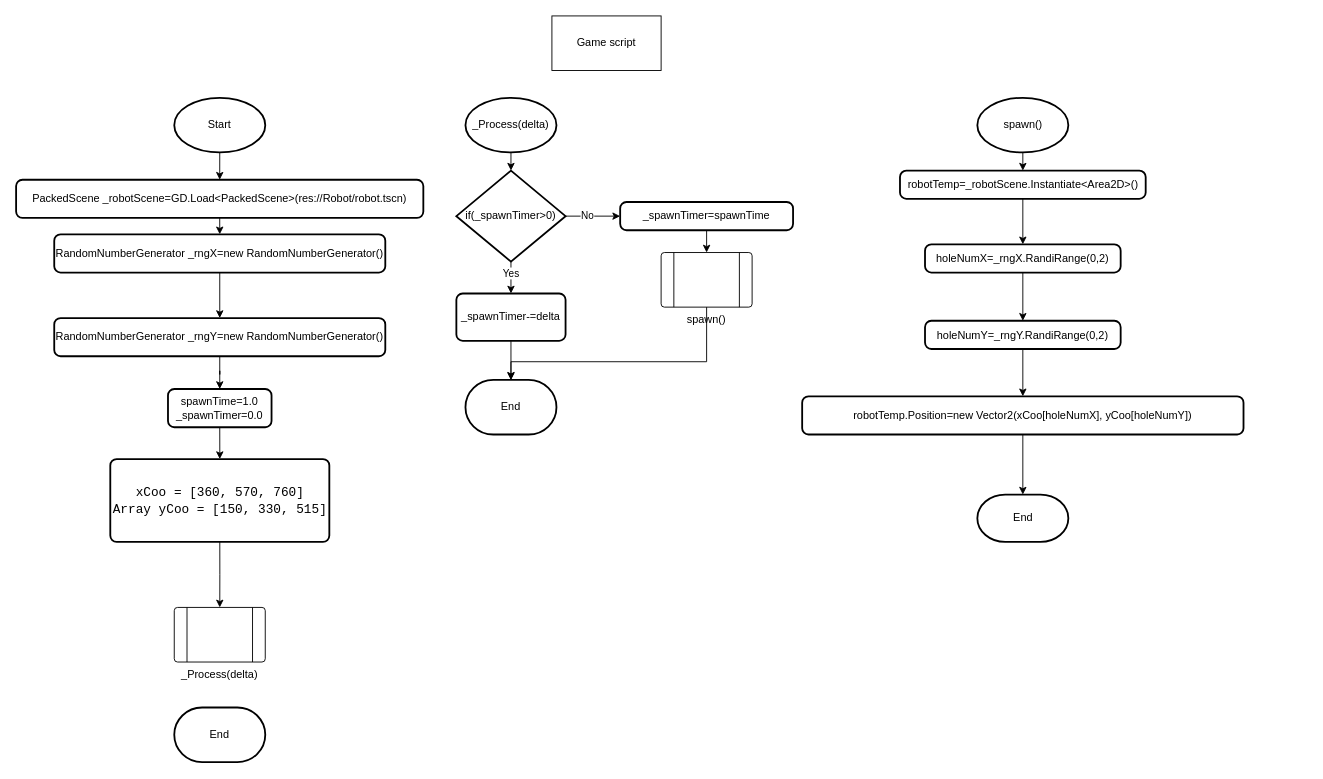
BHASVIC-Kasper25/Whack-a-Robot keeps this draw.io diagram as whack-a-robot/Game/game flowchart.drawio. Above is the earlier version. Source tidied: cells renumbered, new cells numbered last; positions are measured from the earlier drawing's top-left corner, leaving out a move shared by most shapes. Both pictures are drawn from the tidied source at 91%, with x=0, y=0 at pixel (15, 15).
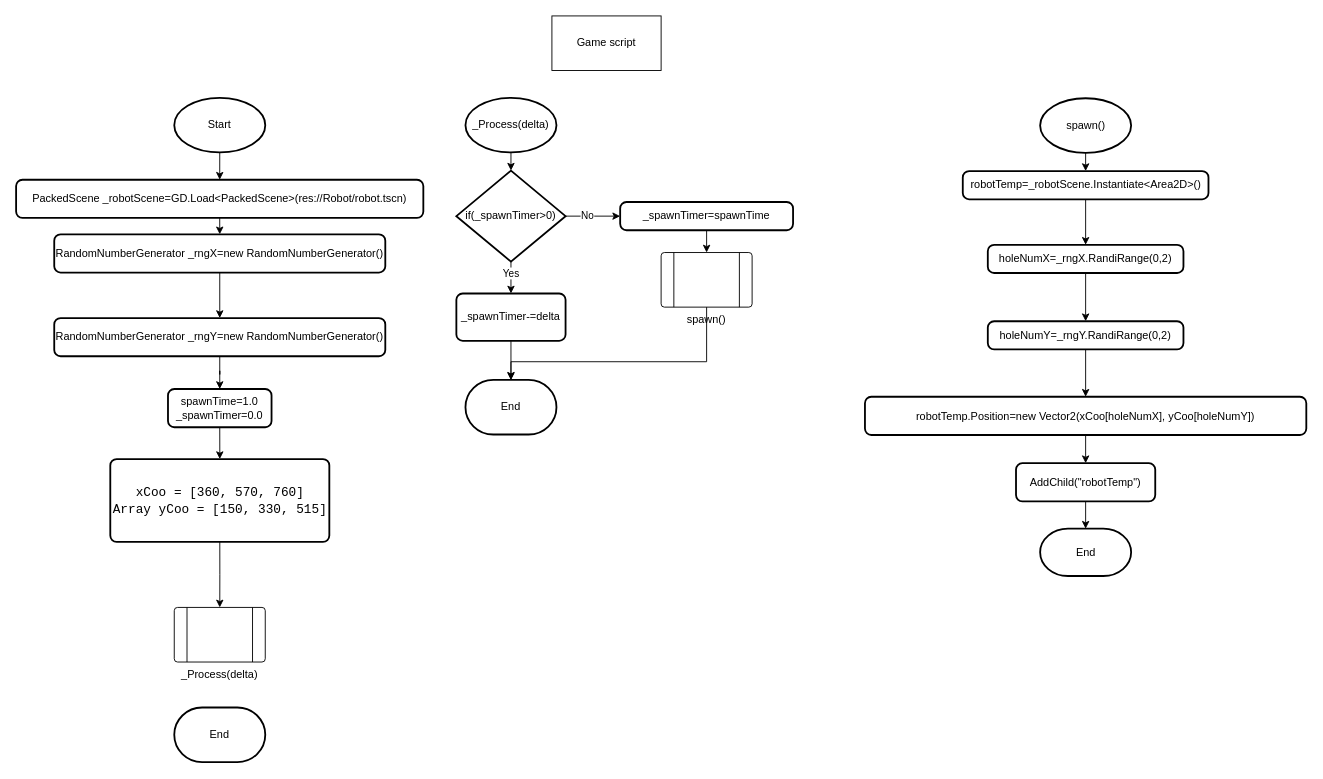
The same page after the edit.

Change to the diagram source:
```diff
@@
     <mxCell id="24" value="spawn()" style="strokeWidth=2;html=1;shape=mxgraph.flowchart.start_1;whiteSpace=wrap;" parent="1" vertex="1">
-      <mxGeometry x="1056.5" y="90" width="100" height="60" as="geometry" />
+      <mxGeometry x="1125.5" y="90.5" width="100" height="60" as="geometry" />
     </mxCell>
@@
     <mxCell id="26" value="robotTemp=_robotScene.Instantiate&amp;lt;Area2D&amp;gt;()" style="rounded=1;whiteSpace=wrap;html=1;absoluteArcSize=1;arcSize=14;strokeWidth=2;" parent="1" vertex="1">
-      <mxGeometry x="971.5" y="170" width="270" height="31" as="geometry" />
+      <mxGeometry x="1040.5" y="170.5" width="270" height="31" as="geometry" />
     </mxCell>
@@
     <mxCell id="28" value="holeNumX=_rngX.RandiRange(0,2)" style="rounded=1;whiteSpace=wrap;html=1;absoluteArcSize=1;arcSize=14;strokeWidth=2;" parent="1" vertex="1">
-      <mxGeometry x="999" y="251" width="215" height="31" as="geometry" />
+      <mxGeometry x="1068" y="251.5" width="215" height="31" as="geometry" />
     </mxCell>
@@
+    <mxCell id="42" style="edgeStyle=orthogonalEdgeStyle;rounded=0;jettySize=auto;html=1;exitX=0.5;exitY=1;exitDx=0;exitDy=0;entryX=0.5;entryY=0;entryDx=0;entryDy=0;" parent="1" edge="1" source="31" target="43">
+      <mxGeometry relative="1" as="geometry" />
+    </mxCell>
     <mxCell id="31" value="robotTemp.Position=new Vector2(xCoo[holeNumX], yCoo[holeNumY])" style="rounded=1;whiteSpace=wrap;html=1;absoluteArcSize=1;arcSize=14;strokeWidth=2;" parent="1" vertex="1">
-      <mxGeometry x="864" y="418" width="485" height="42" as="geometry" />
+      <mxGeometry x="933" y="418.5" width="485" height="42" as="geometry" />
     </mxCell>
@@
     <mxCell id="35" value="End" style="strokeWidth=2;html=1;shape=mxgraph.flowchart.terminator;whiteSpace=wrap;" parent="1" vertex="1">
-      <mxGeometry x="1056.5" y="526" width="100" height="52" as="geometry" />
+      <mxGeometry x="1125.5" y="563.5" width="100" height="52" as="geometry" />
     </mxCell>
-    <mxCell id="36" style="edgeStyle=orthogonalEdgeStyle;rounded=0;jettySize=auto;html=1;exitX=0.5;exitY=1;exitDx=0;exitDy=0;entryX=0.5;entryY=0;entryDx=0;entryDy=0;entryPerimeter=0;" parent="1" edge="1" source="31" target="35">
-      <mxGeometry relative="1" as="geometry" />
-    </mxCell>
@@
     <mxCell id="41" value="holeNumY=_rngY.RandiRange(0,2)" style="rounded=1;whiteSpace=wrap;html=1;absoluteArcSize=1;arcSize=14;strokeWidth=2;" parent="1" vertex="1">
-      <mxGeometry x="999" y="335" width="215" height="31" as="geometry" />
+      <mxGeometry x="1068" y="335.5" width="215" height="31" as="geometry" />
     </mxCell>
+    <mxCell id="43" value="AddChild(&quot;robotTemp&quot;)" style="rounded=1;whiteSpace=wrap;html=1;absoluteArcSize=1;arcSize=14;strokeWidth=2;" parent="1" vertex="1">
+      <mxGeometry x="1099" y="491.5" width="153" height="42" as="geometry" />
+    </mxCell>
+    <mxCell id="44" style="edgeStyle=orthogonalEdgeStyle;rounded=0;jettySize=auto;html=1;exitX=0.5;exitY=1;exitDx=0;exitDy=0;entryX=0.5;entryY=0;entryDx=0;entryDy=0;entryPerimeter=0;" parent="1" edge="1" source="43" target="35">
+      <mxGeometry relative="1" as="geometry" />
+    </mxCell>
```
